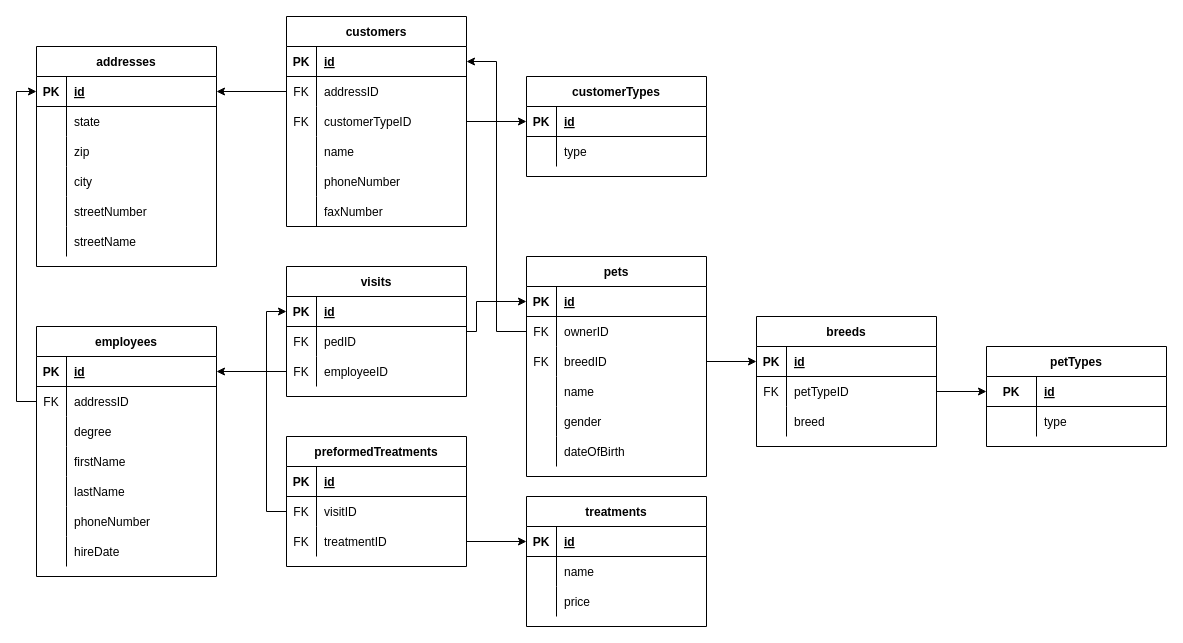
Before: webbutveckling/Databaser/Moment2/relationModel.drawio in EliasEriksson/miun, a draw.io diagram. Source tidied: cells renumbered, new cells numbered last; positions are measured from the earlier drawing's top-left corner, leaving out a move shared by most shapes. Both pictures are drawn from the tidied source at 100%, with x=0, y=0 at pixel (36, 16).
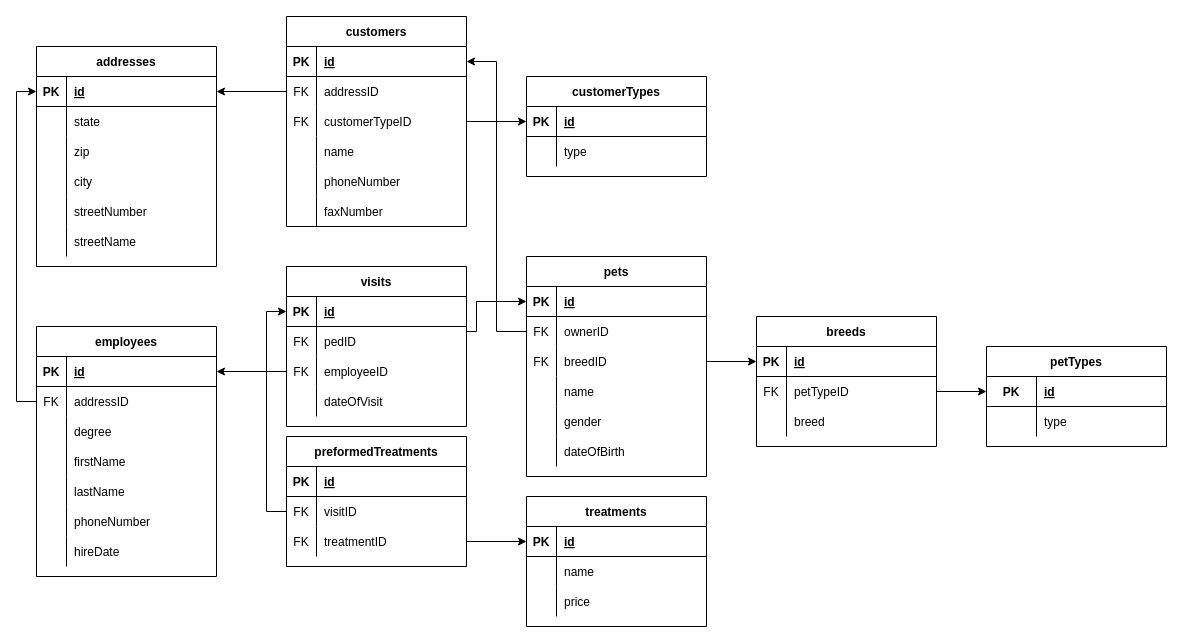
The same diagram, later.

Diff of the diagram source:
```diff
@@
     <mxCell id="106" value="visits" style="shape=table;startSize=30;childLayout=tableLayout;rowLines=0;fontStyle=1;align=center;" parent="1" vertex="1">
-      <mxGeometry x="250" y="250" width="180" height="130" as="geometry" />
+      <mxGeometry x="250" y="250" width="180" height="160" as="geometry" />
     </mxCell>
@@
+    <mxCell id="145" style="shape=partialRectangle;fillColor=none;top=0;left=0;bottom=0;right=0;" parent="106" vertex="1">
+      <mxGeometry y="120" width="180" height="30" as="geometry" />
+    </mxCell>
+    <mxCell id="146" style="shape=partialRectangle;fillColor=none;top=0;left=0;bottom=0;right=0;overflow=hidden;" parent="145" vertex="1">
+      <mxGeometry width="30" height="30" as="geometry" />
+    </mxCell>
+    <mxCell id="147" value="dateOfVisit" style="shape=partialRectangle;fillColor=none;top=0;left=0;bottom=0;right=0;align=left;spacingLeft=6;overflow=hidden;" parent="145" vertex="1">
+      <mxGeometry x="30" width="150" height="30" as="geometry" />
+    </mxCell>
```
